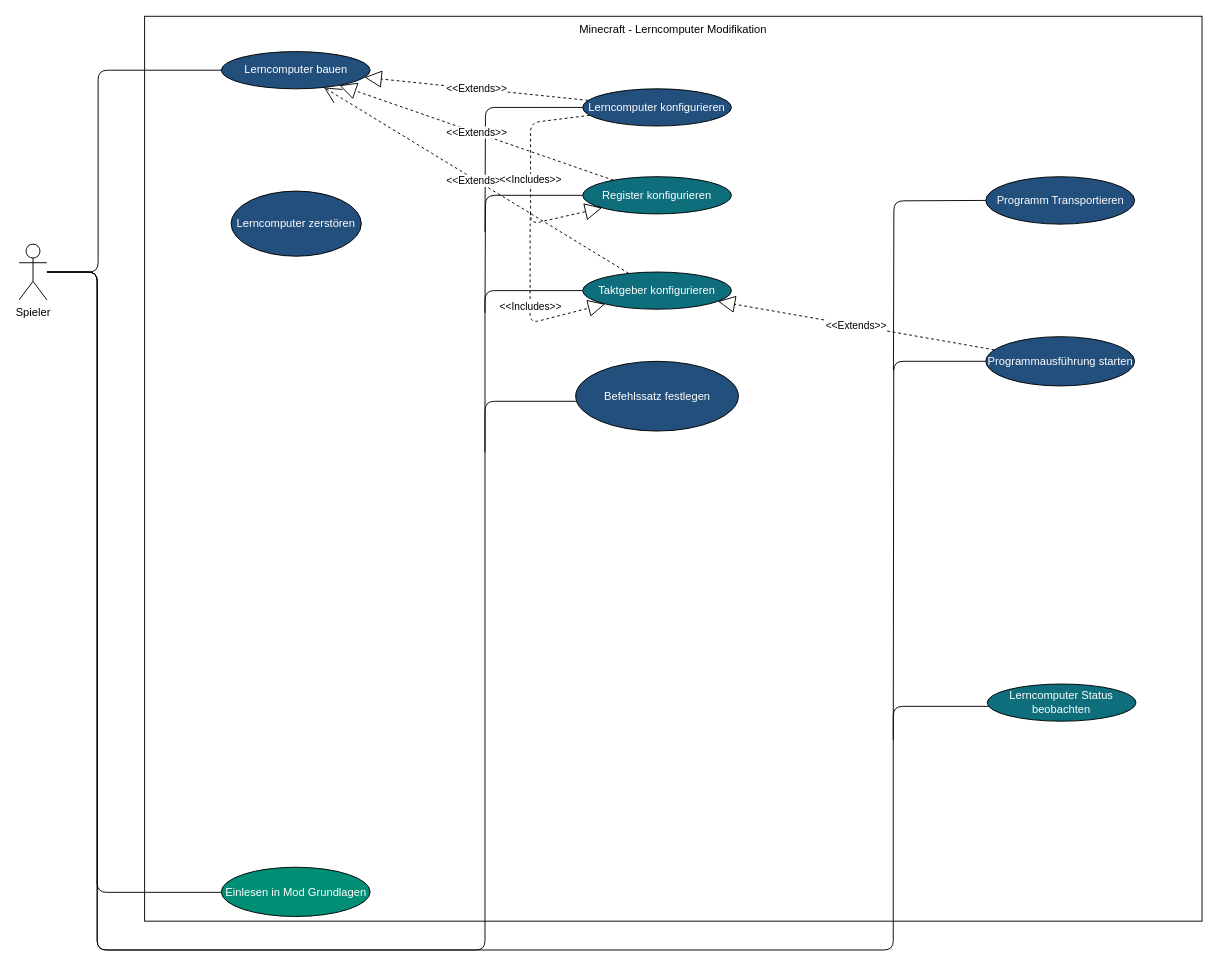
Earlier version of the draw.io diagram World.drawio (LundiNord/RISCJ-Diagramms). Source tidied: cells renumbered, new cells numbered last; positions are measured from the earlier drawing's top-left corner, leaving out a move shared by most shapes. Both pictures are drawn from the tidied source at 93%, with x=0, y=0 at pixel (19, 16).
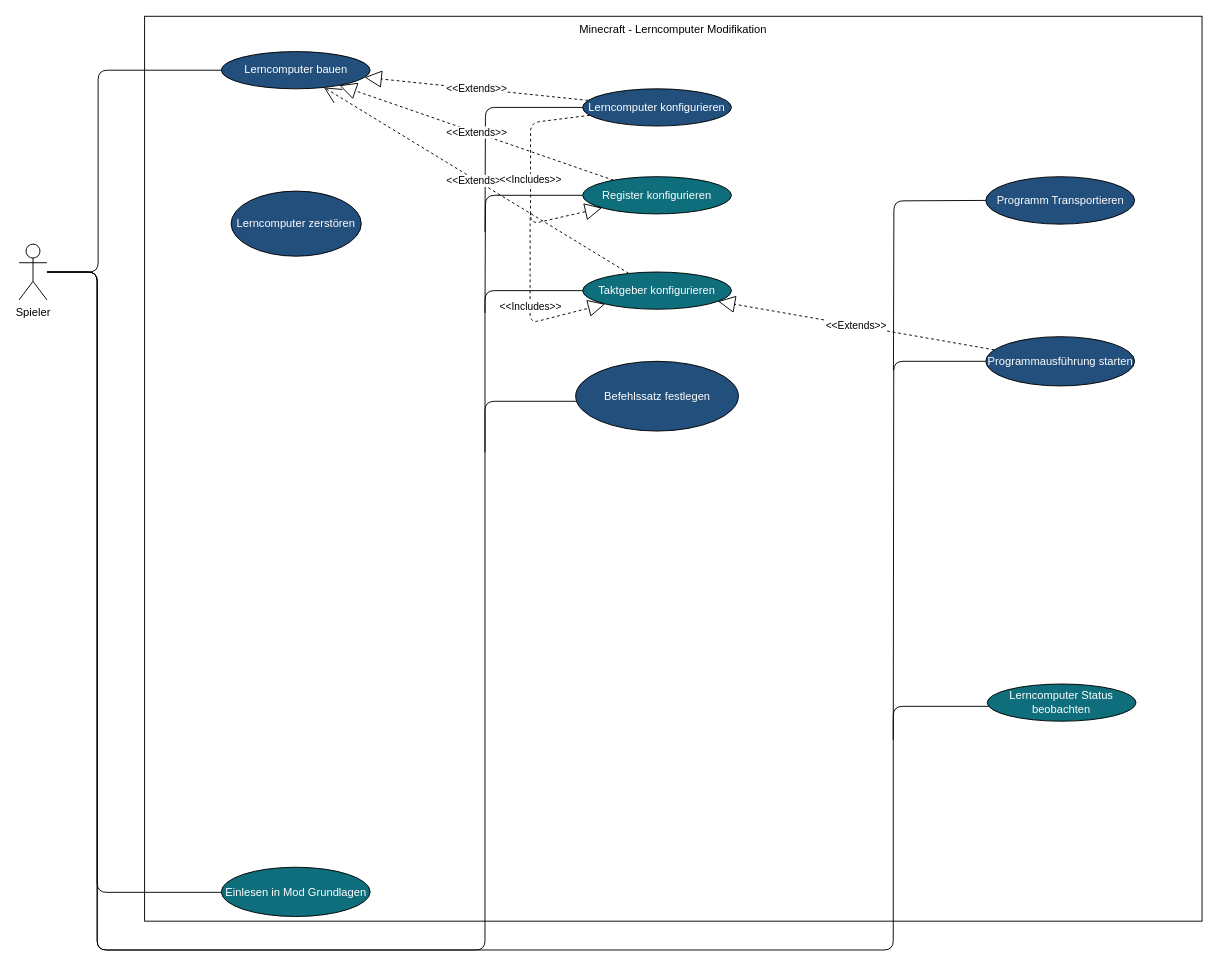
The same diagram, later.

Commit message:
World.drawio aktualisiert - Handbuch farbe Korrigiert

What changed in the source:
```diff
@@
-    <mxCell id="20" value="Einlesen in Mod Grundlagen" style="ellipse;whiteSpace=wrap;html=1;fillColor=#008e74;fontColor=#FFFFFF;" parent="1" vertex="1">
+    <mxCell id="20" value="Einlesen in Mod Grundlagen" style="ellipse;whiteSpace=wrap;html=1;fillColor=#0e6e7c;fontColor=#FFFFFF;" parent="1" vertex="1">
       <mxGeometry x="217.5" y="915" width="160" height="53" as="geometry" />
     </mxCell>
```
